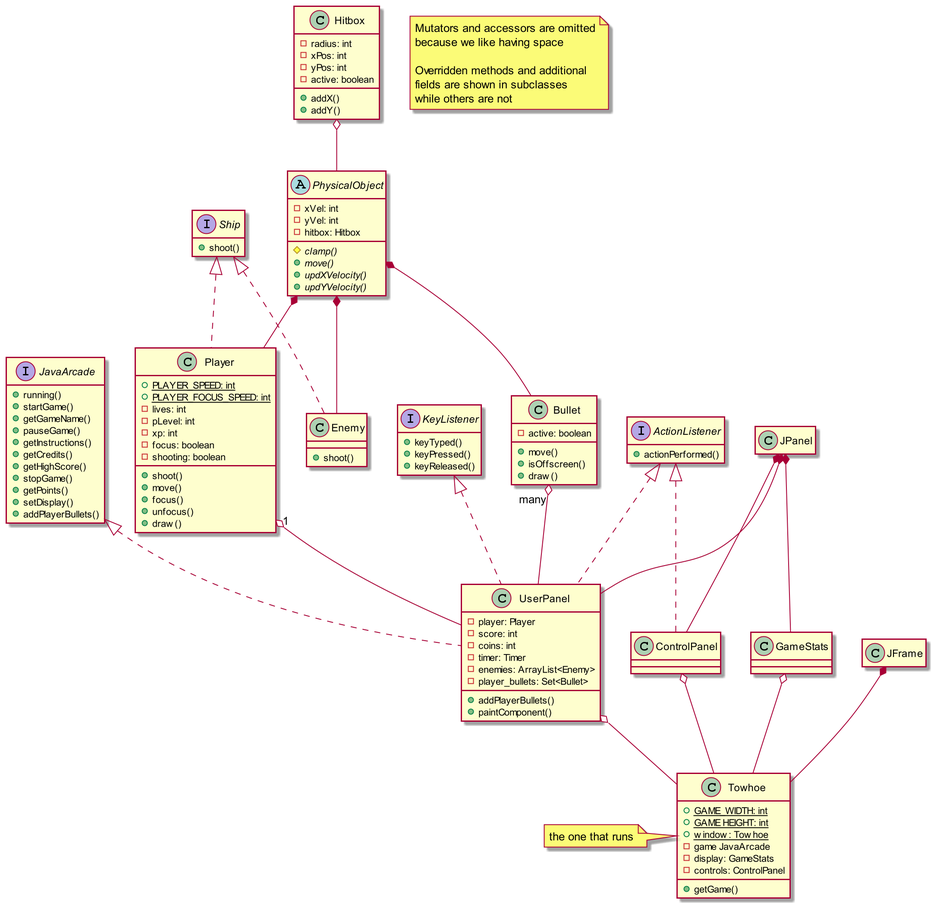
Before: uml-diagram.png, a diagram exported from PlantUML (jorjiiie/towhoe-6-embodiment-of-stupid-dummies). Source of this version:
```plantuml
@startuml Towhoe 6
scale 2
note "Mutators and accessors are omitted\nbecause we like having space\n\nOverridden methods and additional\nfields are shown in subclasses\nwhile others are not" as N1
class Hitbox {
    -radius: int
    -xPos: int
    -yPos: int
    -active: boolean
    +addX()
    +addY()
}
abstract PhysicalObject {
    -xVel: int
    -yVel: int
    -hitbox: Hitbox
    {abstract} #clamp()
    {abstract} +move()
    {abstract} +updXVelocity()
    {abstract} +updYVelocity()
}
Hitbox  o-- PhysicalObject

class Bullet {
    -active: boolean
    +move()
    +isOffscreen()
    +draw()
}
PhysicalObject *--  Bullet

interface Ship {
    +shoot()
}
hide Ship fields

class Player {
    {static} +PLAYER_SPEED: int
    {static} +PLAYER_FOCUS_SPEED: int
    -lives: int
    -pLevel: int
    -xp: int
    -focus: boolean
    -shooting: boolean
    +shoot()
    +move()
    +focus()
    +unfocus()
    +draw()
}
PhysicalObject  *--     Player
Ship            <|..    Player

class Enemy {
    +shoot()
}
PhysicalObject  *--     Enemy
Ship            <|..    Enemy

interface JavaArcade {
    +running()
    +startGame()
    +getGameName()
    +pauseGame()
    +getInstructions()
    +getCredits()
    +getHighScore()
    +stopGame()
    +getPoints()
    +setDisplay()
    +addPlayerBullets()
}
hide JavaArcade fields

interface KeyListener{
    +keyTyped()
    +keyPressed()
    +keyReleased()
}
hide KeyListener fields

interface ActionListener {
    +actionPerformed()
}
hide ActionListener fields

class JPanel
hide JPanel fields
hide JPanel methods

class UserPanel {
    -player: Player
    -score: int
    -coins: int
    -timer: Timer
    -enemies: ArrayList<Enemy>
    -player_bullets: Set<Bullet>
    +addPlayerBullets()
    +paintComponent()
}
KeyListener     <|..    UserPanel
ActionListener  <|..    UserPanel
JavaArcade      <|..    UserPanel
JPanel          *--     UserPanel
Player "1"      o--     UserPanel
Bullet "many"   o--     UserPanel

class GameStats {
}
JPanel          *--     GameStats

class ControlPanel {
}
ActionListener  <|..    ControlPanel
JPanel          *--     ControlPanel

class JFrame
hide JFrame fields
hide JFrame methods

class Towhoe {
    +{static} GAME_WIDTH: int
    +{static} GAME HEIGHT: int
    +{static} window: Towhoe
    -game JavaArcade
    -display: GameStats
    -controls: ControlPanel
    +getGame()
}
JFrame          *--     Towhoe
UserPanel       o--     Towhoe
GameStats       o--     Towhoe
ControlPanel       o--     Towhoe
note left           : the one that runs

@enduml
```
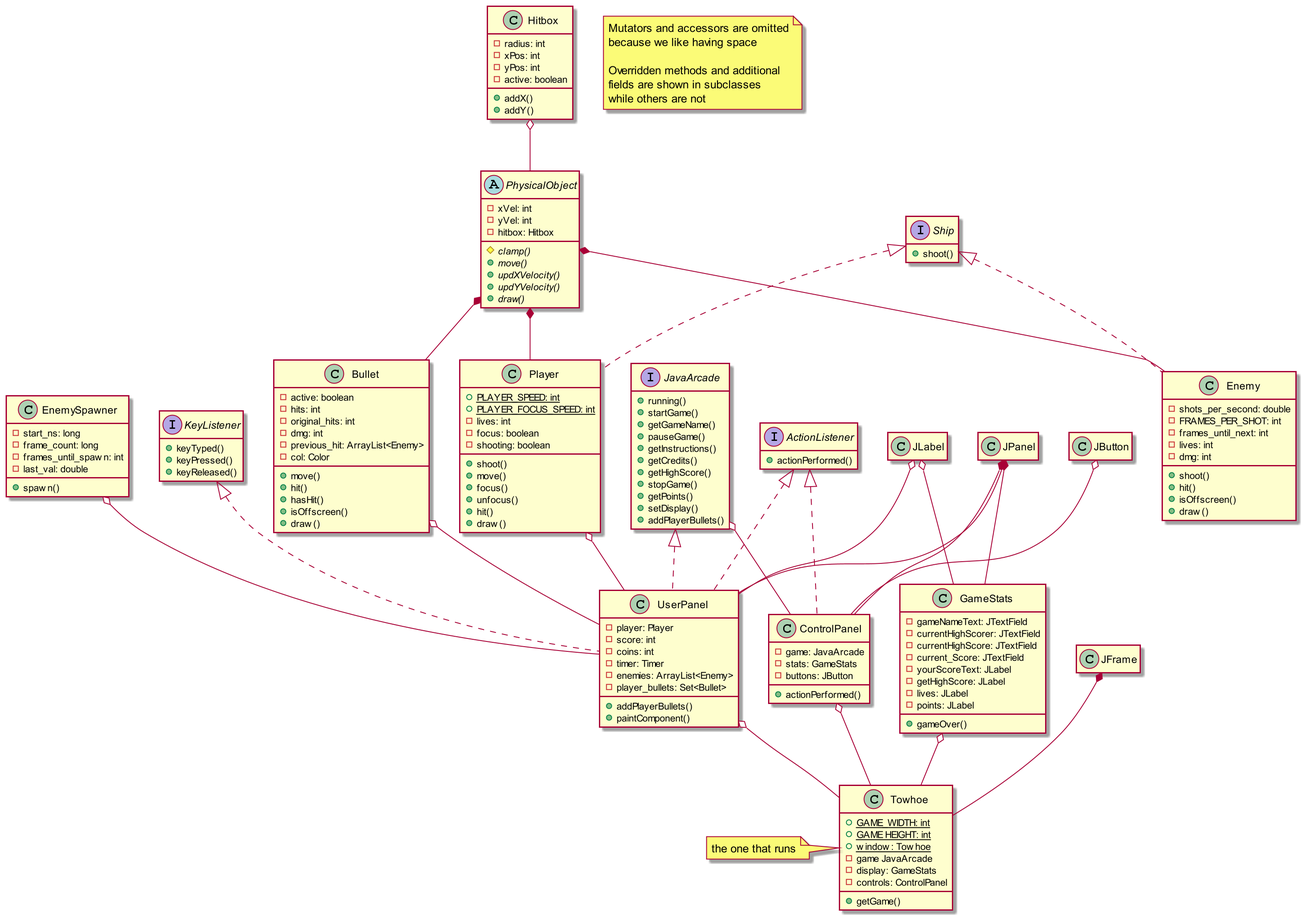
Above is the later version.

Change to the diagram source:
```diff
@@ -17,14 +17,23 @@
     {abstract} +move()
     {abstract} +updXVelocity()
     {abstract} +updYVelocity()
+    {abstract} +draw()
 }
 Hitbox  o-- PhysicalObject
 
 class Bullet {
     -active: boolean
+    -hits: int
+    -original_hits: int
+    -dmg: int
+    -previous_hit: ArrayList<Enemy>
+    -col: Color
     +move()
+    +hit()
+    +hasHit()
     +isOffscreen()
     +draw()
+
 }
 PhysicalObject *--  Bullet
 
@@ -37,24 +46,39 @@
     {static} +PLAYER_SPEED: int
     {static} +PLAYER_FOCUS_SPEED: int
     -lives: int
-    -pLevel: int
-    -xp: int
     -focus: boolean
     -shooting: boolean
     +shoot()
     +move()
     +focus()
     +unfocus()
+    +hit()
     +draw()
 }
 PhysicalObject  *--     Player
 Ship            <|..    Player
 
 class Enemy {
+    -shots_per_second: double
+    -FRAMES_PER_SHOT: int
+    -frames_until_next: int
+    -lives: int
+    -dmg: int
     +shoot()
+    +hit()
+    +isOffscreen()
+    +draw()
 }
 PhysicalObject  *--     Enemy
 Ship            <|..    Enemy
+
+class EnemySpawner {
+    -start_ns: long
+    -frame_count: long
+    -frames_until_spawn: int
+    -last_val: double
+    +spawn()
+}
 
 interface JavaArcade {
     +running()
@@ -87,6 +111,10 @@
 hide JPanel fields
 hide JPanel methods
 
+class JLabel
+hide JLabel fields
+hide JLabel methods
+
 class UserPanel {
     -player: Player
     -score: int
@@ -101,17 +129,39 @@
 ActionListener  <|..    UserPanel
 JavaArcade      <|..    UserPanel
 JPanel          *--     UserPanel
-Player "1"      o--     UserPanel
-Bullet "many"   o--     UserPanel
+Player          o--     UserPanel
+Bullet          o--     UserPanel
+JLabel          o--     UserPanel
+EnemySpawner    o--     UserPanel
 
 class GameStats {
+    -gameNameText: JTextField
+    -currentHighScorer: JTextField
+    -currentHighScore: JTextField
+    -current_Score: JTextField
+    -yourScoreText: JLabel
+    -getHighScore: JLabel
+    -lives: JLabel
+    -points: JLabel
+    +gameOver()
 }
 JPanel          *--     GameStats
+JLabel          o--     GameStats
+
+class JButton
+hide JButton fields
+hide JButton methods
 
 class ControlPanel {
+    -game: JavaArcade
+    -stats: GameStats
+    -buttons: JButton
+    +actionPerformed()
 }
 ActionListener  <|..    ControlPanel
 JPanel          *--     ControlPanel
+JavaArcade      o--     ControlPanel
+JButton         o--     ControlPanel
 
 class JFrame
 hide JFrame fields
@@ -129,7 +179,7 @@
 JFrame          *--     Towhoe
 UserPanel       o--     Towhoe
 GameStats       o--     Towhoe
-ControlPanel       o--     Towhoe
-note left           : the one that runs
+ControlPanel    o--     Towhoe
+note left       : the one that runs
 
 @enduml
```
